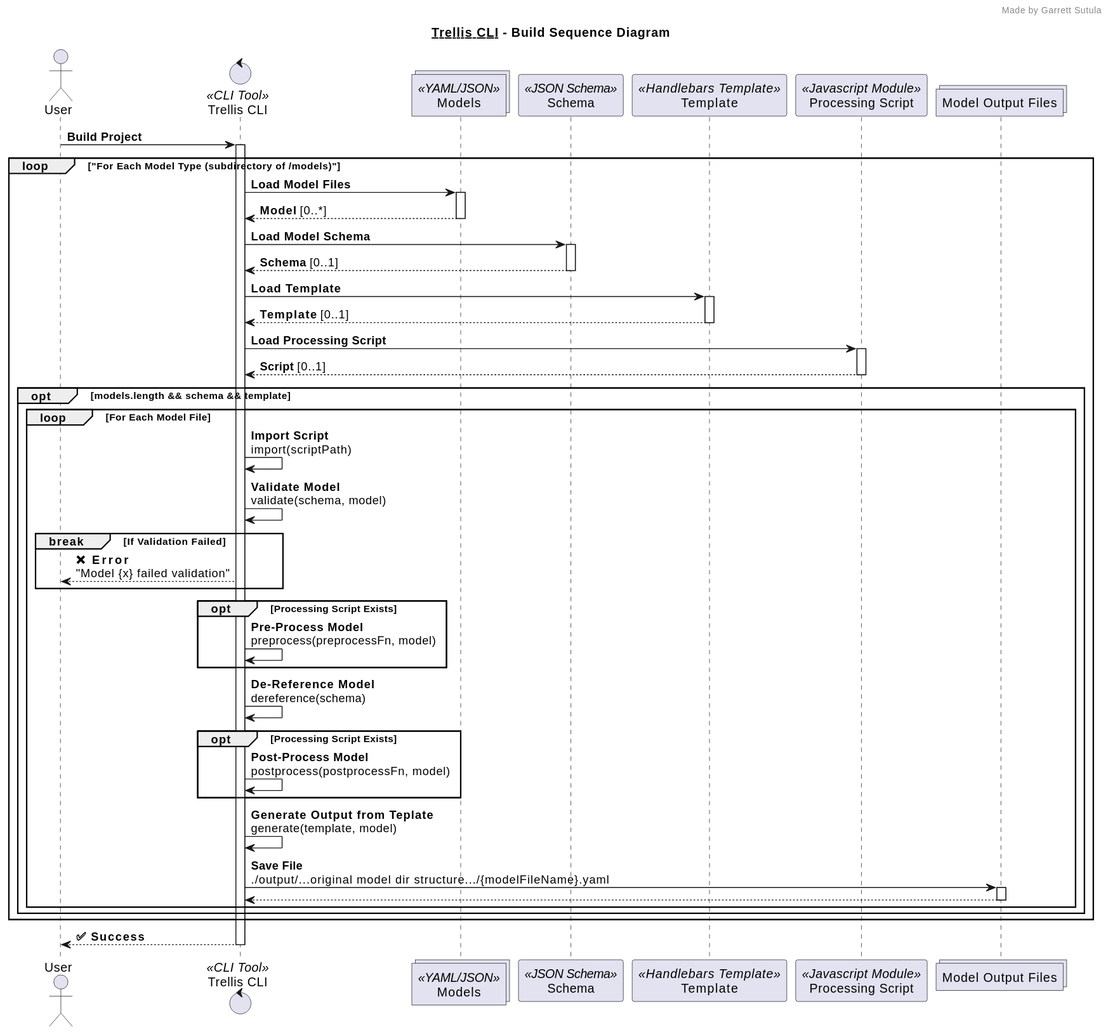
Earlier version of the PlantUML export docs/assets/Sequence Diagram.svg (garrettsutula/trellis-uml).
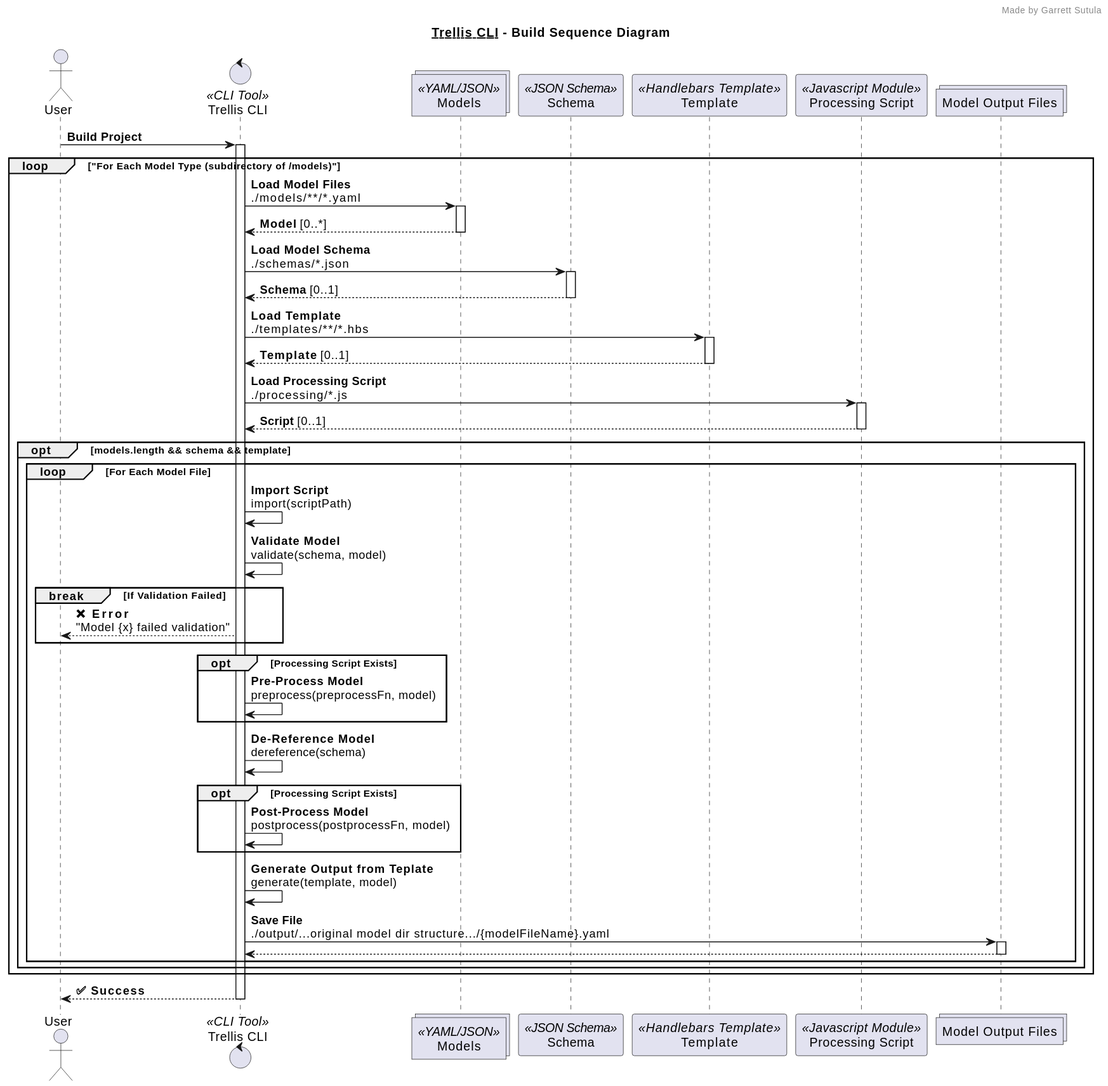
The same diagram one commit later.

The edit, as a diff of the source:
```diff
@@ -12,13 +12,13 @@
 
 user -> trellis ++: **Build Project**
 loop "For Each Model Type (subdirectory of /models)"
-  trellis -> models ++: **Load Model Files**
+  trellis -> models ++: **Load Model Files**\n./models/**/*.yaml
   trellis <-- models --: **Model** [0..*]
-  trellis -> schema ++: **Load Model Schema**
+  trellis -> schema ++: **Load Model Schema**\n./schemas/*.json
   trellis <-- schema --: **Schema** [0..1]
-  trellis -> template ++: **Load Template**
+  trellis -> template ++: **Load Template**\n./templates/**/*.hbs
   trellis <-- template --: **Template** [0..1]
-  trellis -> script ++: **Load Processing Script**
+  trellis -> script ++: **Load Processing Script**\n./processing/*.js
   trellis <-- script --: **Script** [0..1]
   opt models.length && schema && template
     loop For Each Model File
```
